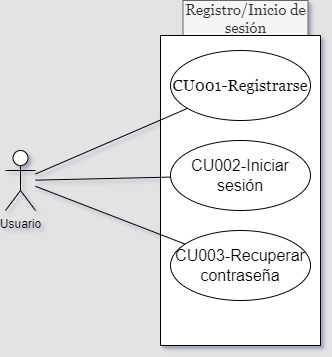
The draw.io diagram DiagraCasosDeUso/InicioSesion.png in CH3MOO/SpecialityX, before a commit. Source tidied: cells renumbered, new cells last; positions are measured from the earlier drawing's top-left corner, leaving out a move shared by most shapes. Its diagram source:
```xml
<mxGraphModel background="#e3e3e3" shadow="1">
  <root>
    <mxCell id="0" />
    <mxCell id="1" parent="0" />
    <mxCell id="2" value="Registro/Inicio de sesión" style="text;html=1;align=center;verticalAlign=middle;whiteSpace=wrap;rounded=0;fontFamily=Georgia;fontSize=15;labelBackgroundColor=none;fillColor=#f5f5f5;fontColor=#333333;strokeColor=#666666;" parent="1" vertex="1">
      <mxGeometry x="177.5" width="125" height="36" as="geometry" />
    </mxCell>
    <mxCell id="3" value="Usuario" style="shape=umlActor;verticalLabelPosition=bottom;verticalAlign=top;html=1;labelBackgroundColor=none;rounded=0;" parent="1" vertex="1">
      <mxGeometry y="150" width="30" height="60" as="geometry" />
    </mxCell>
    <mxCell id="4" style="rounded=0;whiteSpace=wrap;html=1;rotation=90;labelBackgroundColor=none;" parent="1" vertex="1">
      <mxGeometry x="80" y="110" width="310" height="160" as="geometry" />
    </mxCell>
    <mxCell id="5" value="CU001-Registrarse" style="ellipse;whiteSpace=wrap;html=1;fontFamily=Georgia;fontSize=16;labelBackgroundColor=none;rounded=0;" parent="1" vertex="1">
      <mxGeometry x="165" y="50" width="140" height="70" as="geometry" />
    </mxCell>
    <mxCell id="6" value="CU002-Iniciar sesión" style="ellipse;whiteSpace=wrap;html=1;fontSize=16;labelBackgroundColor=none;rounded=0;" parent="1" vertex="1">
      <mxGeometry x="165" y="140" width="140" height="70" as="geometry" />
    </mxCell>
    <mxCell id="7" value="CU003-Recuperar contraseña" style="ellipse;whiteSpace=wrap;html=1;fontSize=16;labelBackgroundColor=none;rounded=0;" parent="1" vertex="1">
      <mxGeometry x="165" y="230" width="140" height="70" as="geometry" />
    </mxCell>
    <mxCell id="8" style="endArrow=none;html=1;rounded=0;labelBackgroundColor=none;fontColor=default;" parent="1" edge="1" source="3" target="5">
      <mxGeometry relative="1" as="geometry" />
    </mxCell>
    <mxCell id="9" style="endArrow=none;html=1;rounded=0;labelBackgroundColor=none;fontColor=default;" parent="1" edge="1" source="3" target="6">
      <mxGeometry relative="1" as="geometry" />
    </mxCell>
    <mxCell id="10" style="endArrow=none;html=1;rounded=0;labelBackgroundColor=none;fontColor=default;" parent="1" edge="1" source="3" target="7">
      <mxGeometry relative="1" as="geometry" />
    </mxCell>
  </root>
</mxGraphModel>
```
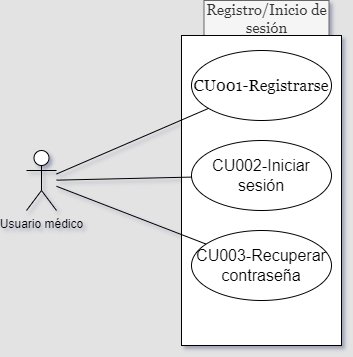
After the commit.

What changed in the source:
```diff
@@ -5,7 +5,7 @@
     <mxCell id="2" value="Registro/Inicio de sesión" style="text;html=1;align=center;verticalAlign=middle;whiteSpace=wrap;rounded=0;fontFamily=Georgia;fontSize=15;labelBackgroundColor=none;fillColor=#f5f5f5;fontColor=#333333;strokeColor=#666666;" parent="1" vertex="1">
       <mxGeometry x="177.5" width="125" height="36" as="geometry" />
     </mxCell>
-    <mxCell id="3" value="Usuario" style="shape=umlActor;verticalLabelPosition=bottom;verticalAlign=top;html=1;labelBackgroundColor=none;rounded=0;" parent="1" vertex="1">
+    <mxCell id="3" value="Usuario médico" style="shape=umlActor;verticalLabelPosition=bottom;verticalAlign=top;html=1;labelBackgroundColor=none;rounded=0;" parent="1" vertex="1">
       <mxGeometry y="150" width="30" height="60" as="geometry" />
     </mxCell>
     <mxCell id="4" style="rounded=0;whiteSpace=wrap;html=1;rotation=90;labelBackgroundColor=none;" parent="1" vertex="1">
```
